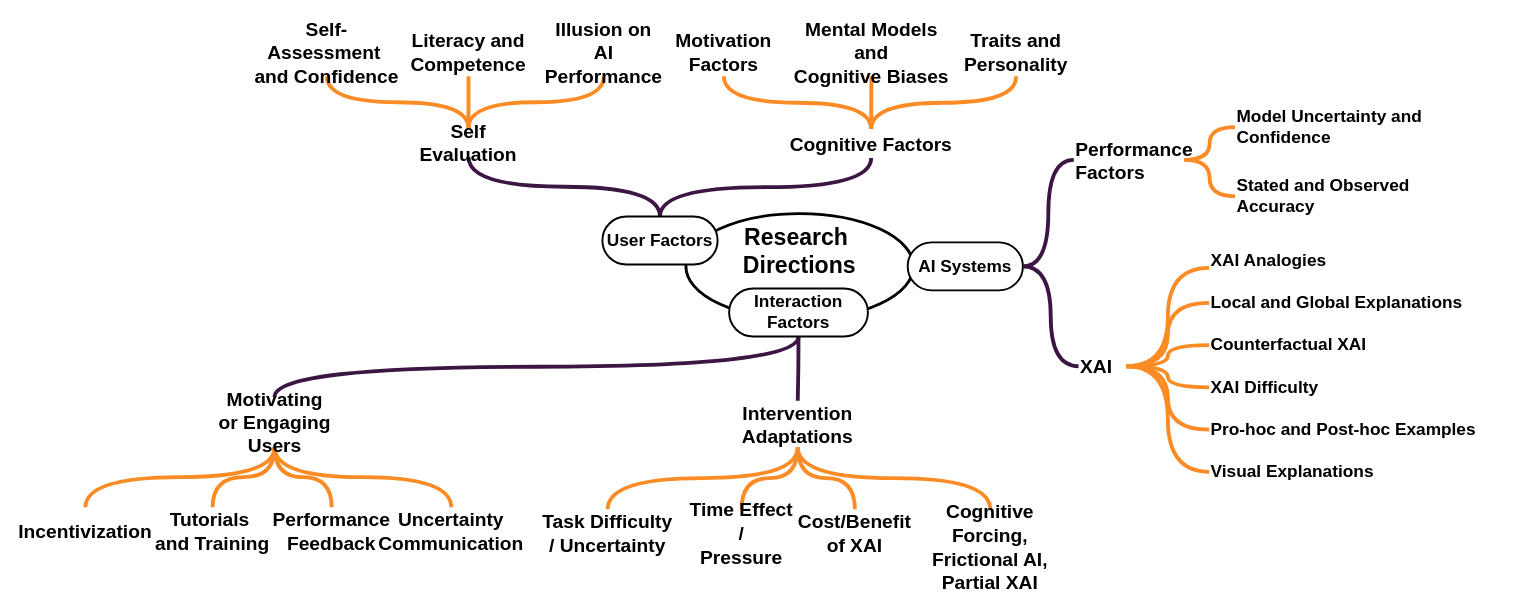
raeeschaudhary/Coursera_Exams keeps this draw.io diagram as ext/chi27-rev-4.1.drawio. Above is the earlier version. Source tidied: cells renumbered, new cells numbered last; positions are measured from the earlier drawing's top-left corner, leaving out a move shared by most shapes. Both pictures are drawn from the tidied source at 96%, with x=0, y=0 at pixel (16, 28).
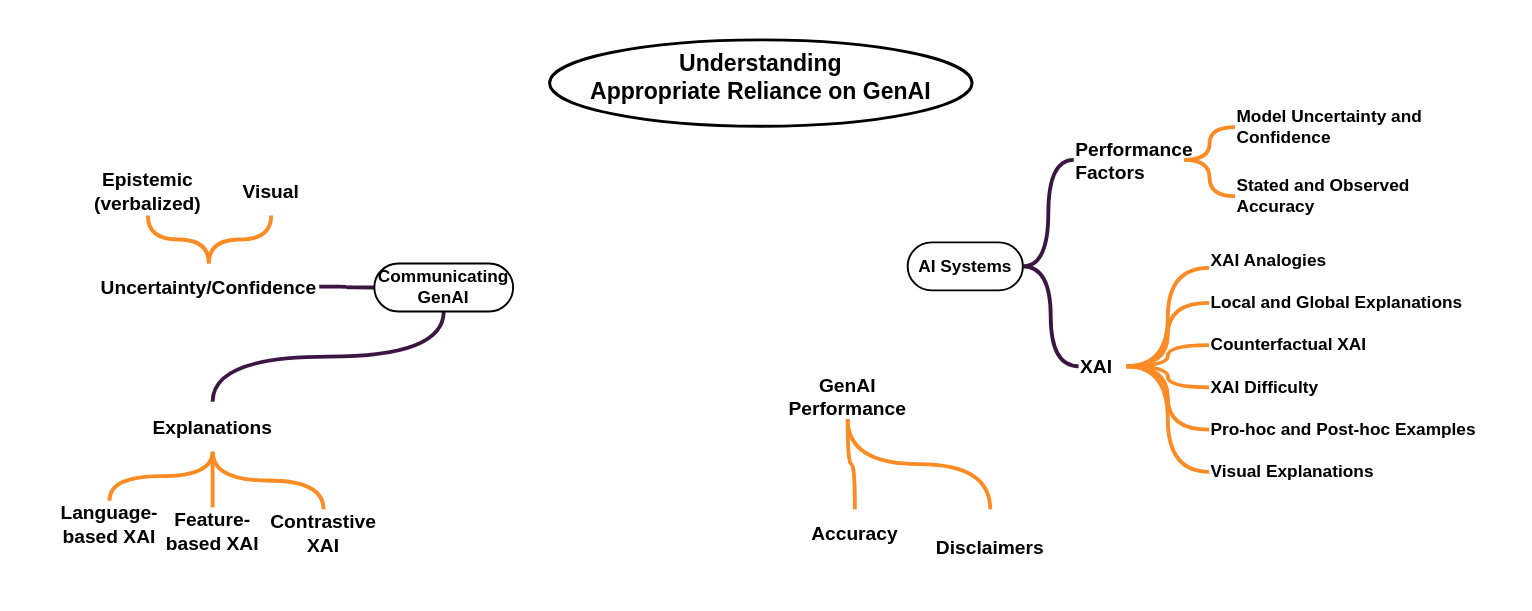
Above is the later version.

Change to the diagram source:
```diff
@@
-    <mxCell id="2" value="Research&amp;nbsp;&lt;div&gt;Directions&lt;/div&gt;" style="ellipse;whiteSpace=wrap;html=1;strokeWidth=3;fontFamily=corbel;fontSize=24;fontStyle=1;verticalAlign=top;spacingTop=4;" parent="1" vertex="1">
-      <mxGeometry x="697" y="193" width="237" height="110" as="geometry" />
+    <mxCell id="2" value="&amp;nbsp;Understanding&amp;nbsp;&lt;div&gt;Appropriate Reliance on GenAI&lt;/div&gt;" style="ellipse;whiteSpace=wrap;html=1;strokeWidth=3;fontFamily=corbel;fontSize=24;fontStyle=1;verticalAlign=top;spacingTop=4;" parent="1" vertex="1">
+      <mxGeometry x="555" y="12" width="440" height="90" as="geometry" />
     </mxCell>
@@
-    <mxCell id="5" style="edgeStyle=orthogonalEdgeStyle;rounded=0;jettySize=auto;html=1;exitX=0.5;exitY=0;exitDx=0;exitDy=0;entryX=0.5;entryY=1;entryDx=0;entryDy=0;strokeWidth=4;curved=1;endArrow=none;endFill=0;strokeColor=#3C1642;" parent="1" edge="1" source="7" target="50">
-      <mxGeometry relative="1" as="geometry" />
-    </mxCell>
-    <mxCell id="6" style="edgeStyle=orthogonalEdgeStyle;rounded=0;jettySize=auto;html=1;exitX=0.5;exitY=0;exitDx=0;exitDy=0;entryX=0.5;entryY=1;entryDx=0;entryDy=0;strokeWidth=4;curved=1;endArrow=none;endFill=0;strokeColor=#3C1642;" parent="1" edge="1" source="7" target="54">
-      <mxGeometry relative="1" as="geometry" />
-    </mxCell>
-    <mxCell id="7" value="User Factors" style="rounded=1;whiteSpace=wrap;html=1;arcSize=50;strokeWidth=2;fontFamily=corbel;fontSize=18;fontStyle=1;" parent="1" vertex="1">
-      <mxGeometry x="610" y="196" width="120" height="50" as="geometry" />
-    </mxCell>
-    <mxCell id="8" style="edgeStyle=orthogonalEdgeStyle;rounded=0;jettySize=auto;html=1;exitX=0.5;exitY=1;exitDx=0;exitDy=0;entryX=0.5;entryY=0;entryDx=0;entryDy=0;strokeWidth=4;curved=1;endArrow=none;endFill=0;strokeColor=#3C1642;" parent="1" edge="1" source="10" target="38">
+    <mxCell id="8" style="edgeStyle=orthogonalEdgeStyle;rounded=0;jettySize=auto;html=1;exitX=0;exitY=0.5;exitDx=0;exitDy=0;entryX=1;entryY=0.5;entryDx=0;entryDy=0;strokeWidth=4;curved=1;endArrow=none;endFill=0;strokeColor=#3C1642;" parent="1" edge="1" source="10" target="38">
       <mxGeometry relative="1" as="geometry" />
     </mxCell>
@@
-    <mxCell id="10" value="Interaction Factors" style="rounded=1;whiteSpace=wrap;html=1;arcSize=50;strokeWidth=2;fontFamily=corbel;fontSize=18;fontStyle=1;" parent="1" vertex="1">
-      <mxGeometry x="742" y="271" width="144.6" height="50" as="geometry" />
+    <mxCell id="10" value="Communicating GenAI" style="rounded=1;whiteSpace=wrap;html=1;arcSize=50;strokeWidth=2;fontFamily=corbel;fontSize=18;fontStyle=1;" parent="1" vertex="1">
+      <mxGeometry x="372.4" y="245" width="144.6" height="50" as="geometry" />
     </mxCell>
@@
-    <mxCell id="30" style="edgeStyle=orthogonalEdgeStyle;rounded=0;jettySize=auto;html=1;exitX=0.5;exitY=1;exitDx=0;exitDy=0;entryX=0.5;entryY=0;entryDx=0;entryDy=0;strokeWidth=4;curved=1;endArrow=none;endFill=0;strokeColor=#FB8B24;" parent="1" edge="1" source="33" target="45">
-      <mxGeometry relative="1" as="geometry" />
-    </mxCell>
@@
-    <mxCell id="33" value="&lt;span&gt;Motivating &lt;br&gt;or Engaging Users&lt;/span&gt;" style="text;html=1;whiteSpace=wrap;strokeColor=none;fillColor=none;align=center;verticalAlign=middle;rounded=0;fontFamily=corbel;fontStyle=1;fontSize=20;" parent="1" vertex="1">
-      <mxGeometry x="188.5" y="384" width="160" height="52" as="geometry" />
+    <mxCell id="33" value="Explanations" style="text;html=1;whiteSpace=wrap;strokeColor=none;fillColor=none;align=center;verticalAlign=middle;rounded=0;fontFamily=corbel;fontStyle=1;fontSize=20;" parent="1" vertex="1">
+      <mxGeometry x="124" y="389" width="160" height="52" as="geometry" />
     </mxCell>
-    <mxCell id="34" style="edgeStyle=orthogonalEdgeStyle;rounded=0;jettySize=auto;html=1;exitX=0.5;exitY=1;exitDx=0;exitDy=0;entryX=0.5;entryY=0;entryDx=0;entryDy=0;strokeWidth=4;curved=1;endArrow=none;endFill=0;strokeColor=#FB8B24;" parent="1" edge="1" source="38" target="39">
+    <mxCell id="34" style="edgeStyle=orthogonalEdgeStyle;rounded=0;jettySize=auto;html=1;exitX=0.5;exitY=0;exitDx=0;exitDy=0;entryX=0.5;entryY=1;entryDx=0;entryDy=0;strokeWidth=4;curved=1;endArrow=none;endFill=0;strokeColor=#FB8B24;" parent="1" edge="1" source="38" target="39">
       <mxGeometry relative="1" as="geometry" />
     </mxCell>
-    <mxCell id="35" style="edgeStyle=orthogonalEdgeStyle;rounded=0;jettySize=auto;html=1;exitX=0.5;exitY=1;exitDx=0;exitDy=0;entryX=0.5;entryY=0;entryDx=0;entryDy=0;strokeWidth=4;curved=1;endArrow=none;endFill=0;strokeColor=#FB8B24;" parent="1" edge="1" source="38" target="40">
+    <mxCell id="35" style="edgeStyle=orthogonalEdgeStyle;rounded=0;jettySize=auto;html=1;exitX=0.5;exitY=0;exitDx=0;exitDy=0;strokeWidth=4;curved=1;endArrow=none;endFill=0;strokeColor=#FB8B24;" parent="1" edge="1" source="38" target="40">
       <mxGeometry relative="1" as="geometry" />
     </mxCell>
-    <mxCell id="36" style="edgeStyle=orthogonalEdgeStyle;rounded=0;jettySize=auto;html=1;exitX=0.5;exitY=1;exitDx=0;exitDy=0;entryX=0.5;entryY=0;entryDx=0;entryDy=0;strokeWidth=4;curved=1;endArrow=none;endFill=0;strokeColor=#FB8B24;" parent="1" edge="1" source="38" target="41">
+    <mxCell id="36" style="edgeStyle=orthogonalEdgeStyle;rounded=0;jettySize=auto;html=1;exitX=0.5;exitY=1;exitDx=0;exitDy=0;entryX=0.5;entryY=0;entryDx=0;entryDy=0;strokeWidth=4;curved=1;endArrow=none;endFill=0;strokeColor=#FB8B24;" parent="1" edge="1" source="62" target="41">
       <mxGeometry relative="1" as="geometry" />
     </mxCell>
-    <mxCell id="37" style="edgeStyle=orthogonalEdgeStyle;rounded=0;jettySize=auto;html=1;exitX=0.5;exitY=1;exitDx=0;exitDy=0;entryX=0.5;entryY=0;entryDx=0;entryDy=0;strokeWidth=4;curved=1;endArrow=none;endFill=0;strokeColor=#FB8B24;" parent="1" edge="1" source="38" target="42">
+    <mxCell id="37" style="edgeStyle=orthogonalEdgeStyle;rounded=0;jettySize=auto;html=1;exitX=0.5;exitY=1;exitDx=0;exitDy=0;entryX=0.5;entryY=0;entryDx=0;entryDy=0;strokeWidth=4;curved=1;endArrow=none;endFill=0;strokeColor=#FB8B24;" parent="1" edge="1" source="62" target="42">
       <mxGeometry relative="1" as="geometry" />
     </mxCell>
-    <mxCell id="38" value="&lt;span&gt;Intervention Adaptations&lt;/span&gt;" style="text;html=1;whiteSpace=wrap;strokeColor=none;fillColor=none;align=center;verticalAlign=middle;rounded=0;fontFamily=corbel;fontStyle=1;fontSize=20;" parent="1" vertex="1">
-      <mxGeometry x="756" y="388" width="115" height="48" as="geometry" />
+    <mxCell id="38" value="&lt;span&gt;Uncertainty/Confidence&lt;/span&gt;" style="text;html=1;whiteSpace=wrap;strokeColor=none;fillColor=none;align=center;verticalAlign=middle;rounded=0;fontFamily=corbel;fontStyle=1;fontSize=20;" parent="1" vertex="1">
+      <mxGeometry x="85" y="245" width="230" height="48" as="geometry" />
     </mxCell>
-    <mxCell id="39" value="&lt;span&gt;&lt;span style=&quot;font-size:20px;&quot;&gt;Task Difficulty&lt;br&gt;&lt;/span&gt;&lt;span style=&quot;font-size:20px;&quot;&gt;/ Uncertainty&lt;/span&gt;&lt;/span&gt;" style="text;html=1;whiteSpace=wrap;strokeColor=none;fillColor=none;align=center;verticalAlign=middle;rounded=0;fontFamily=corbel;fontSize=18;fontStyle=1;" parent="1" vertex="1">
-      <mxGeometry x="544" y="501" width="143" height="50" as="geometry" />
+    <mxCell id="39" value="&lt;span style=&quot;font-size: 20px;&quot;&gt;Epistemic (verbalized)&lt;/span&gt;" style="text;html=1;whiteSpace=wrap;strokeColor=none;fillColor=none;align=center;verticalAlign=middle;rounded=0;fontFamily=corbel;fontSize=18;fontStyle=1;" parent="1" vertex="1">
+      <mxGeometry x="65" y="145" width="143" height="50" as="geometry" />
     </mxCell>
-    <mxCell id="40" value="&lt;span&gt;&lt;span style=&quot;font-size:20px;&quot;&gt;Time Effect /&lt;br&gt;&lt;/span&gt;&lt;span style=&quot;font-size:20px;&quot;&gt;Pressure&lt;/span&gt;&lt;/span&gt;" style="text;html=1;whiteSpace=wrap;strokeColor=none;fillColor=none;align=center;verticalAlign=middle;rounded=0;fontFamily=corbel;fontSize=18;fontStyle=1;" parent="1" vertex="1">
-      <mxGeometry x="695" y="501" width="120" height="50" as="geometry" />
+    <mxCell id="40" value="&lt;span style=&quot;font-size: 20px;&quot;&gt;Visual&lt;/span&gt;" style="text;html=1;whiteSpace=wrap;strokeColor=none;fillColor=none;align=center;verticalAlign=middle;rounded=0;fontFamily=corbel;fontSize=18;fontStyle=1;" parent="1" vertex="1">
+      <mxGeometry x="205" y="145" width="120" height="50" as="geometry" />
     </mxCell>
-    <mxCell id="41" value="&lt;span&gt;&lt;span style=&quot;font-size:20px;&quot;&gt;Cost/Benefit&lt;br&gt;&lt;/span&gt;&lt;span style=&quot;font-size:20px;&quot;&gt;of XAI&lt;/span&gt;&lt;/span&gt;" style="text;html=1;whiteSpace=wrap;strokeColor=none;fillColor=none;align=center;verticalAlign=middle;rounded=0;fontFamily=corbel;fontSize=18;fontStyle=1;" parent="1" vertex="1">
+    <mxCell id="41" value="&lt;span style=&quot;font-size: 20px;&quot;&gt;Accuracy&lt;/span&gt;" style="text;html=1;whiteSpace=wrap;strokeColor=none;fillColor=none;align=center;verticalAlign=middle;rounded=0;fontFamily=corbel;fontSize=18;fontStyle=1;" parent="1" vertex="1">
       <mxGeometry x="808" y="501" width="130" height="50" as="geometry" />
     </mxCell>
-    <mxCell id="42" value="&lt;span&gt;&lt;span style=&quot;font-size:20px;&quot;&gt;Cognitive Forcing, &lt;br&gt;&lt;/span&gt;&lt;span style=&quot;font-size:20px;&quot;&gt;Frictional AI,&lt;br&gt;&lt;/span&gt;&lt;span style=&quot;font-size:20px;&quot;&gt;Partial XAI&lt;/span&gt;&lt;/span&gt;" style="text;html=1;whiteSpace=wrap;strokeColor=none;fillColor=none;align=center;verticalAlign=middle;rounded=0;fontFamily=corbel;fontSize=18;fontStyle=1;" parent="1" vertex="1">
+    <mxCell id="42" value="&lt;span style=&quot;font-size: 20px;&quot;&gt;Disclaimers&lt;/span&gt;" style="text;html=1;whiteSpace=wrap;strokeColor=none;fillColor=none;align=center;verticalAlign=middle;rounded=0;fontFamily=corbel;fontSize=18;fontStyle=1;" parent="1" vertex="1">
       <mxGeometry x="934" y="501" width="160" height="80" as="geometry" />
     </mxCell>
-    <mxCell id="43" value="&lt;span&gt;&lt;span style=&quot;font-size:20px;&quot;&gt;Incentivization&lt;/span&gt;&lt;/span&gt;" style="text;html=1;whiteSpace=wrap;strokeColor=none;fillColor=none;align=center;verticalAlign=middle;rounded=0;fontFamily=corbel;fontSize=18;fontStyle=1;" parent="1" vertex="1">
-      <mxGeometry y="499" width="143" height="50" as="geometry" />
+    <mxCell id="43" value="&lt;span&gt;&lt;span style=&quot;font-size:20px;&quot;&gt;Language-based XAI&lt;/span&gt;&lt;/span&gt;" style="text;html=1;whiteSpace=wrap;strokeColor=none;fillColor=none;align=center;verticalAlign=middle;rounded=0;fontFamily=corbel;fontSize=18;fontStyle=1;" parent="1" vertex="1">
+      <mxGeometry x="25" y="492" width="143" height="50" as="geometry" />
     </mxCell>
-    <mxCell id="44" value="&lt;span&gt;&lt;span&gt;&lt;span style=&quot;font-size: 20px;&quot;&gt;Tutorials&amp;nbsp;&lt;br&gt;&lt;/span&gt;&lt;/span&gt;&lt;span style=&quot;background-color: transparent; color: light-dark(rgb(0, 0, 0), rgb(255, 255, 255)); font-size: 20px;&quot;&gt;and&amp;nbsp;&lt;/span&gt;&lt;span style=&quot;background-color: transparent; color: light-dark(rgb(0, 0, 0), rgb(255, 255, 255)); font-size: 20px;&quot;&gt;Training&lt;/span&gt;&lt;/span&gt;" style="text;html=1;whiteSpace=wrap;strokeColor=none;fillColor=none;align=center;verticalAlign=middle;rounded=0;fontFamily=corbel;fontSize=18;fontStyle=1;" parent="1" vertex="1">
+    <mxCell id="44" value="&lt;span style=&quot;font-size: 20px;&quot;&gt;Feature-based XAI&lt;/span&gt;" style="text;html=1;whiteSpace=wrap;strokeColor=none;fillColor=none;align=center;verticalAlign=middle;rounded=0;fontFamily=corbel;fontSize=18;fontStyle=1;" parent="1" vertex="1">
       <mxGeometry x="143" y="499" width="122" height="50" as="geometry" />
     </mxCell>
-    <mxCell id="45" value="&lt;span&gt;&lt;span style=&quot;font-size:20px;&quot;&gt;Performance&lt;br&gt;&lt;/span&gt;&lt;span style=&quot;font-size:20px;&quot;&gt;Feedback&lt;/span&gt;&lt;/span&gt;" style="text;html=1;whiteSpace=wrap;strokeColor=none;fillColor=none;align=center;verticalAlign=middle;rounded=0;fontFamily=corbel;fontSize=18;fontStyle=1;" parent="1" vertex="1">
-      <mxGeometry x="271" y="499" width="114" height="50" as="geometry" />
-    </mxCell>
-    <mxCell id="46" value="&lt;span style=&quot;font-size: 20px;&quot;&gt;Uncertainty&lt;br&gt;&lt;/span&gt;&lt;span style=&quot;font-size: 20px;&quot;&gt;Communication&lt;/span&gt;" style="text;html=1;whiteSpace=wrap;strokeColor=none;fillColor=none;align=center;verticalAlign=middle;rounded=0;fontFamily=corbel;fontSize=18;fontStyle=1;" parent="1" vertex="1">
-      <mxGeometry x="388" y="499" width="129" height="50" as="geometry" />
+    <mxCell id="46" value="&lt;span style=&quot;font-size: 20px;&quot;&gt;Contrastive XAI&lt;/span&gt;" style="text;html=1;whiteSpace=wrap;strokeColor=none;fillColor=none;align=center;verticalAlign=middle;rounded=0;fontFamily=corbel;fontSize=18;fontStyle=1;" parent="1" vertex="1">
+      <mxGeometry x="255" y="501" width="129" height="50" as="geometry" />
     </mxCell>
-    <mxCell id="47" style="edgeStyle=orthogonalEdgeStyle;rounded=0;jettySize=auto;html=1;exitX=0.5;exitY=0;exitDx=0;exitDy=0;strokeWidth=4;curved=1;endArrow=none;endFill=0;strokeColor=#FB8B24;" parent="1" edge="1" source="50" target="55">
-      <mxGeometry relative="1" as="geometry" />
-    </mxCell>
-    <mxCell id="48" style="edgeStyle=orthogonalEdgeStyle;rounded=0;jettySize=auto;html=1;exitX=0.5;exitY=0;exitDx=0;exitDy=0;entryX=0.5;entryY=1;entryDx=0;entryDy=0;strokeWidth=4;curved=1;endArrow=none;endFill=0;strokeColor=#FB8B24;" parent="1" edge="1" source="50" target="57">
-      <mxGeometry relative="1" as="geometry" />
-    </mxCell>
-    <mxCell id="49" style="edgeStyle=orthogonalEdgeStyle;rounded=0;jettySize=auto;html=1;exitX=0.5;exitY=0;exitDx=0;exitDy=0;entryX=0.5;entryY=1;entryDx=0;entryDy=0;curved=1;endArrow=none;endFill=0;strokeWidth=4;strokeColor=#FB8B24;" parent="1" edge="1" source="50" target="56">
-      <mxGeometry relative="1" as="geometry" />
-    </mxCell>
-    <mxCell id="50" value="&lt;span&gt;Cognitive Factors&lt;/span&gt;" style="text;html=1;whiteSpace=wrap;strokeColor=none;fillColor=none;align=center;verticalAlign=middle;rounded=0;fontFamily=corbel;fontStyle=1;fontSize=20;" parent="1" vertex="1">
-      <mxGeometry x="795" y="105" width="190" height="30" as="geometry" />
-    </mxCell>
-    <mxCell id="51" style="edgeStyle=orthogonalEdgeStyle;rounded=0;jettySize=auto;html=1;exitX=0.5;exitY=0;exitDx=0;exitDy=0;entryX=0.5;entryY=1;entryDx=0;entryDy=0;strokeWidth=4;endArrow=none;endFill=0;curved=1;strokeColor=#FB8B24;" parent="1" edge="1" source="54" target="60">
-      <mxGeometry relative="1" as="geometry" />
-    </mxCell>
-    <mxCell id="52" style="edgeStyle=orthogonalEdgeStyle;rounded=0;jettySize=auto;html=1;exitX=0.5;exitY=0;exitDx=0;exitDy=0;entryX=0.5;entryY=1;entryDx=0;entryDy=0;strokeWidth=4;endArrow=none;endFill=0;curved=1;strokeColor=#FB8B24;" parent="1" edge="1" source="54" target="58">
-      <mxGeometry relative="1" as="geometry" />
-    </mxCell>
-    <mxCell id="53" style="edgeStyle=orthogonalEdgeStyle;rounded=0;jettySize=auto;html=1;exitX=0.5;exitY=0;exitDx=0;exitDy=0;entryX=0.5;entryY=1;entryDx=0;entryDy=0;strokeWidth=4;endArrow=none;endFill=0;curved=1;strokeColor=#FB8B24;" parent="1" edge="1" source="54" target="59">
-      <mxGeometry relative="1" as="geometry" />
-    </mxCell>
-    <mxCell id="54" value="&lt;span&gt;Self Evaluation&lt;/span&gt;" style="text;html=1;whiteSpace=wrap;strokeColor=none;fillColor=none;align=center;verticalAlign=middle;rounded=0;fontFamily=corbel;fontStyle=1;fontSize=20;" parent="1" vertex="1">
-      <mxGeometry x="403" y="104" width="135" height="30" as="geometry" />
-    </mxCell>
-    <mxCell id="55" value="&lt;span&gt;&lt;span style=&quot;font-size:20px;&quot;&gt;Motivation&lt;br&gt;Factors&lt;/span&gt;&lt;/span&gt;" style="text;html=1;whiteSpace=wrap;strokeColor=none;fillColor=none;align=center;verticalAlign=middle;rounded=0;fontFamily=corbel;fontSize=18;fontStyle=1;" parent="1" vertex="1">
-      <mxGeometry x="685" width="103" height="50" as="geometry" />
-    </mxCell>
-    <mxCell id="56" value="&lt;span&gt;&lt;span style=&quot;font-size: 20px;&quot;&gt;Mental Models and&lt;br&gt;&lt;/span&gt;&lt;span style=&quot;font-size: 20px;&quot;&gt;Cognitive Biases&lt;/span&gt;&lt;/span&gt;" style="text;html=1;whiteSpace=wrap;strokeColor=none;fillColor=none;align=center;verticalAlign=middle;rounded=0;fontFamily=corbel;fontSize=18;fontStyle=1;" parent="1" vertex="1">
-      <mxGeometry x="807" width="166.5" height="50" as="geometry" />
-    </mxCell>
-    <mxCell id="57" value="&lt;span style=&quot;font-size: 20px;&quot;&gt;Traits and&lt;br&gt;&lt;/span&gt;&lt;span style=&quot;font-size: 20px;&quot;&gt;Personality&lt;/span&gt;" style="text;html=1;whiteSpace=wrap;strokeColor=none;fillColor=none;align=center;verticalAlign=middle;rounded=0;fontFamily=corbel;fontSize=18;fontStyle=1;" parent="1" vertex="1">
-      <mxGeometry x="991" width="100" height="50" as="geometry" />
-    </mxCell>
-    <mxCell id="58" value="&lt;span&gt;&lt;span style=&quot;font-size:20px;&quot;&gt;Self-Assessment&amp;nbsp;&lt;/span&gt;&lt;/span&gt;&lt;div&gt;&lt;span&gt;&lt;span style=&quot;font-size:20px;&quot;&gt;and&amp;nbsp;&lt;/span&gt;&lt;span style=&quot;font-size:20px;&quot;&gt;Confidence&lt;/span&gt;&lt;/span&gt;&lt;/div&gt;" style="text;html=1;whiteSpace=wrap;strokeColor=none;fillColor=none;align=center;verticalAlign=middle;rounded=0;fontFamily=corbel;fontSize=18;fontStyle=1;" parent="1" vertex="1">
-      <mxGeometry x="242" width="162" height="50" as="geometry" />
-    </mxCell>
-    <mxCell id="59" value="&lt;span style=&quot;font-size: 20px;&quot;&gt;Literacy and&lt;br&gt;&lt;/span&gt;&lt;span style=&quot;font-size: 20px;&quot;&gt;Competence&lt;/span&gt;" style="text;html=1;whiteSpace=wrap;strokeColor=none;fillColor=none;align=center;verticalAlign=middle;rounded=0;fontFamily=corbel;fontSize=18;fontStyle=1;" parent="1" vertex="1">
-      <mxGeometry x="419" width="103" height="50" as="geometry" />
-    </mxCell>
-    <mxCell id="60" value="&lt;span&gt;&lt;span style=&quot;font-size:20px;&quot;&gt;Illusion on AI&lt;br&gt;&lt;/span&gt;&lt;span style=&quot;font-size:20px;&quot;&gt;Performance&lt;/span&gt;&lt;/span&gt;" style="text;html=1;whiteSpace=wrap;strokeColor=none;fillColor=none;align=center;verticalAlign=middle;rounded=0;fontFamily=corbel;fontSize=18;fontStyle=1;" parent="1" vertex="1">
-      <mxGeometry x="560" width="103" height="50" as="geometry" />
-    </mxCell>
@@
+    <mxCell id="62" value="&lt;span&gt;GenAI Performance&lt;/span&gt;" style="text;html=1;whiteSpace=wrap;strokeColor=none;fillColor=none;align=center;verticalAlign=middle;rounded=0;fontFamily=corbel;fontStyle=1;fontSize=20;" parent="1" vertex="1">
+      <mxGeometry x="808" y="359" width="115" height="48" as="geometry" />
+    </mxCell>
```
